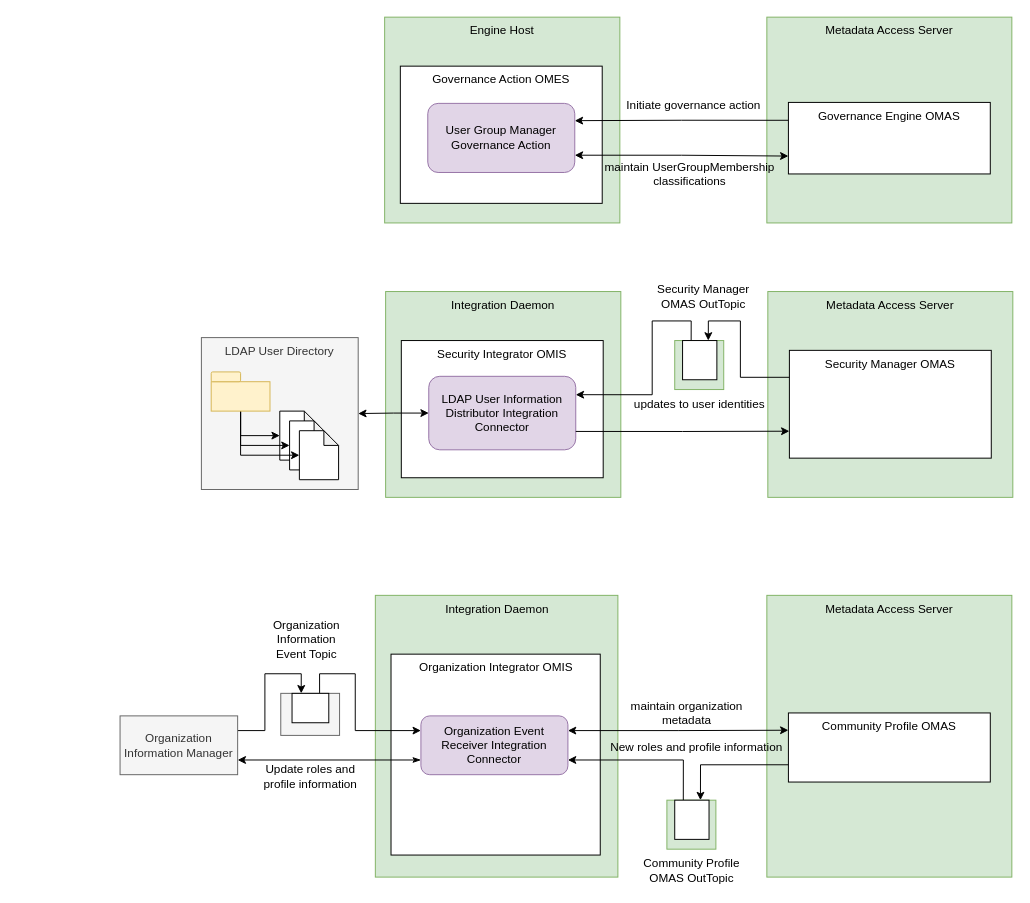
Above: page "security-integrator-connectors" (17 of 18) of site/docs/connectors/connector-catalog.drawio in odpi/egeria-docs (draw.io), before the change. Source tidied: cells renumbered, new cells numbered last; positions are measured from the earlier drawing's top-left corner, leaving out a move shared by most shapes. Both pictures are drawn from the tidied source at 98%, with x=0, y=0 at pixel (120, 17).
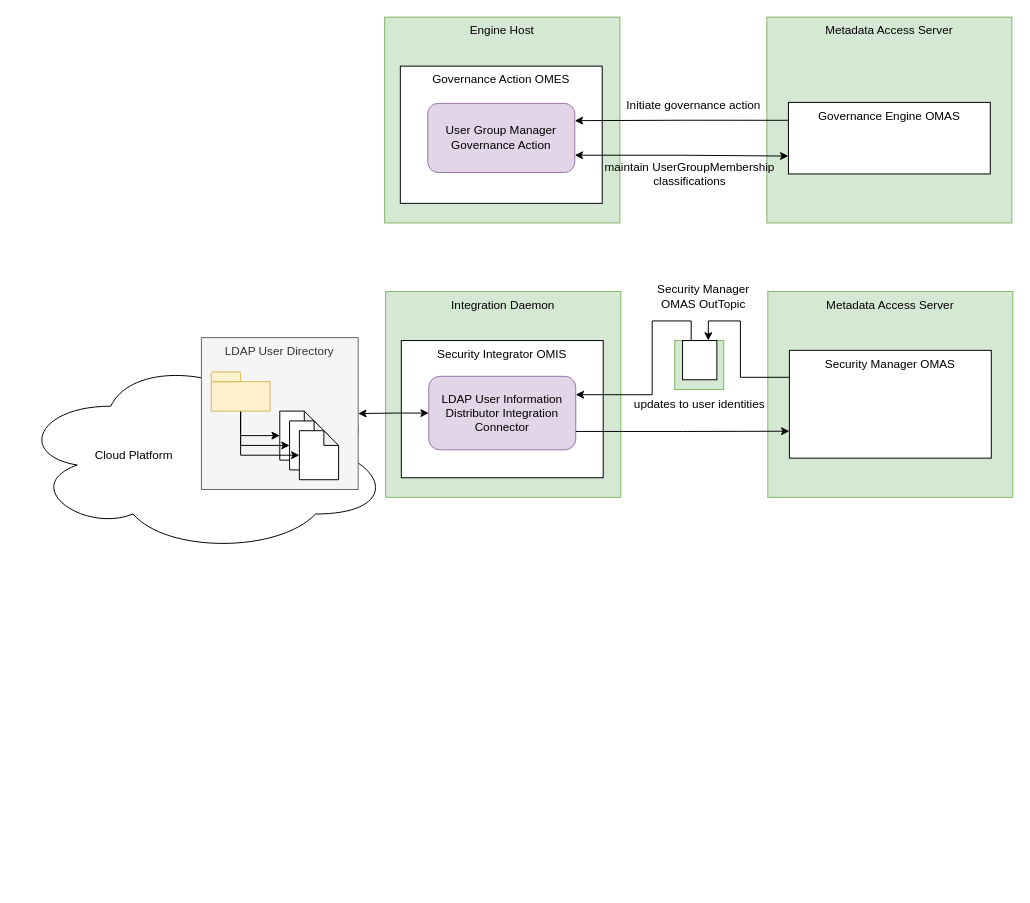
The same diagram, later.

Commit message (it also covers changes not shown here):
Add new diagrams for community call

Diff of the diagram source:
```diff
@@
+    <mxCell id="54" value="&amp;nbsp; &amp;nbsp; &amp;nbsp; &amp;nbsp; &amp;nbsp; &amp;nbsp; &amp;nbsp; &amp;nbsp; &amp;nbsp; &amp;nbsp; &amp;nbsp; &amp;nbsp;Cloud Platform" style="ellipse;shape=cloud;whiteSpace=wrap;html=1;verticalAlign=middle;align=left;" parent="1" vertex="1">
+      <mxGeometry x="-104.5" y="347" width="380" height="200" as="geometry" />
+    </mxCell>
@@
-    <mxCell id="6" value="Integration Daemon" style="rounded=0;whiteSpace=wrap;html=1;verticalAlign=top;fillColor=#d5e8d4;strokeColor=#82b366;" parent="1" vertex="1">
-      <mxGeometry x="260.5" y="590" width="247.5" height="287.5" as="geometry" />
-    </mxCell>
-    <mxCell id="7" value="Organization Integrator OMIS" style="rounded=0;whiteSpace=wrap;html=1;verticalAlign=top;" parent="1" vertex="1">
-      <mxGeometry x="276.5" y="650" width="213.5" height="205" as="geometry" />
-    </mxCell>
-    <mxCell id="8" style="edgeStyle=orthogonalEdgeStyle;rounded=0;jettySize=auto;html=1;exitX=0;exitY=0.75;exitDx=0;exitDy=0;entryX=1;entryY=0.75;entryDx=0;entryDy=0;startArrow=classicThin;startFill=1;" parent="1" edge="1" source="9" target="13">
-      <mxGeometry relative="1" as="geometry" />
-    </mxCell>
-    <mxCell id="9" value="Organization Event Receiver Integration Connector" style="rounded=1;whiteSpace=wrap;html=1;fillColor=#e1d5e7;strokeColor=#9673a6;" parent="1" vertex="1">
-      <mxGeometry x="307" y="713" width="150" height="60" as="geometry" />
-    </mxCell>
-    <mxCell id="10" value="Organization&lt;br&gt;Information&lt;br&gt;Event Topic" style="text;html=1;align=center;verticalAlign=middle;strokeColor=none;fontSize=12;fontFamily=Helvetica;fontColor=#000000;" parent="1" vertex="1">
-      <mxGeometry x="150" y="610" width="80" height="50" as="geometry" />
-    </mxCell>
-    <mxCell id="11" style="edgeStyle=orthogonalEdgeStyle;rounded=0;sketch=0;jettySize=auto;html=1;shadow=0;startArrow=none;startFill=0;exitX=0.75;exitY=0;exitDx=0;exitDy=0;entryX=0;entryY=0.25;entryDx=0;entryDy=0;" parent="1" edge="1" source="25" target="9">
-      <mxGeometry relative="1" as="geometry">
-        <Array as="points">
-          <mxPoint x="204" y="670" />
-          <mxPoint x="240" y="670" />
-          <mxPoint x="240" y="728" />
-        </Array>
-      </mxGeometry>
-    </mxCell>
-    <mxCell id="12" style="edgeStyle=orthogonalEdgeStyle;rounded=0;sketch=0;jettySize=auto;html=1;entryX=0.25;entryY=0;entryDx=0;entryDy=0;shadow=0;startArrow=none;startFill=0;exitX=1;exitY=0.25;exitDx=0;exitDy=0;" parent="1" edge="1" source="13" target="25">
-      <mxGeometry relative="1" as="geometry" />
-    </mxCell>
-    <mxCell id="13" value="Organization Information Manager" style="rounded=0;whiteSpace=wrap;html=1;shadow=0;verticalAlign=middle;fillColor=#f5f5f5;strokeColor=#666666;fontColor=#333333;" parent="1" vertex="1">
-      <mxGeometry y="713" width="120" height="60" as="geometry" />
-    </mxCell>
-    <mxCell id="14" value="Metadata Access Server" style="rounded=0;whiteSpace=wrap;html=1;verticalAlign=top;fillColor=#d5e8d4;strokeColor=#82b366;" parent="1" vertex="1">
-      <mxGeometry x="660" y="590" width="250" height="287.5" as="geometry" />
-    </mxCell>
-    <mxCell id="15" value="Community Profile OMAS" style="rounded=0;whiteSpace=wrap;html=1;verticalAlign=top;" parent="1" vertex="1">
-      <mxGeometry x="682" y="710" width="206" height="70.5" as="geometry" />
-    </mxCell>
-    <mxCell id="16" style="edgeStyle=orthogonalEdgeStyle;rounded=0;jettySize=auto;html=1;exitX=1;exitY=0.25;exitDx=0;exitDy=0;startArrow=classic;startFill=1;entryX=0;entryY=0.25;entryDx=0;entryDy=0;" parent="1" edge="1" source="9" target="15">
-      <mxGeometry relative="1" as="geometry" />
-    </mxCell>
-    <mxCell id="17" value="maintain organization&lt;br&gt;metadata" style="text;html=1;align=center;verticalAlign=middle;" parent="1" vertex="1">
-      <mxGeometry x="513" y="695" width="130" height="30" as="geometry" />
-    </mxCell>
-    <mxCell id="18" style="edgeStyle=orthogonalEdgeStyle;rounded=0;sketch=0;jettySize=auto;html=1;exitX=0;exitY=0.75;exitDx=0;exitDy=0;entryX=0.75;entryY=0;entryDx=0;entryDy=0;shadow=0;startArrow=none;startFill=0;" parent="1" edge="1" source="15" target="22">
-      <mxGeometry relative="1" as="geometry" />
-    </mxCell>
-    <mxCell id="19" value="Community Profile&lt;br&gt;OMAS OutTopic" style="text;html=1;align=center;verticalAlign=middle;strokeColor=none;fontSize=12;fontFamily=Helvetica;fontColor=#000000;" parent="1" vertex="1">
-      <mxGeometry x="528" y="856" width="110" height="30" as="geometry" />
-    </mxCell>
-    <mxCell id="20" style="rounded=0;whiteSpace=wrap;html=1;fontFamily=Helvetica;fontSize=12;align=center;fillColor=#d5e8d4;strokeColor=#82b366;" parent="1" vertex="1">
-      <mxGeometry x="558" y="799" width="50" height="50" as="geometry" />
-    </mxCell>
-    <mxCell id="21" style="edgeStyle=orthogonalEdgeStyle;rounded=0;jettySize=auto;html=1;exitX=0.25;exitY=0;exitDx=0;exitDy=0;entryX=1;entryY=0.75;entryDx=0;entryDy=0;startArrow=none;startFill=0;" parent="1" edge="1" source="22" target="9">
-      <mxGeometry relative="1" as="geometry">
-        <Array as="points">
-          <mxPoint x="575" y="758" />
-        </Array>
-      </mxGeometry>
-    </mxCell>
-    <mxCell id="22" style="rounded=0;whiteSpace=wrap;html=1;fontFamily=Helvetica;fontSize=12;fontColor=#000000;align=center;" parent="1" vertex="1">
-      <mxGeometry x="566" y="799" width="35" height="40" as="geometry" />
-    </mxCell>
-    <mxCell id="23" value="Update roles and &lt;br&gt;profile information" style="text;html=1;align=center;verticalAlign=middle;strokeColor=none;fillColor=none;" parent="1" vertex="1">
-      <mxGeometry x="139" y="760" width="110" height="30" as="geometry" />
-    </mxCell>
-    <mxCell id="24" style="rounded=0;whiteSpace=wrap;html=1;fontFamily=Helvetica;fontSize=12;fontColor=#333333;align=center;fillColor=#f5f5f5;strokeColor=#666666;" parent="1" vertex="1">
-      <mxGeometry x="164" y="690" width="60" height="42.9" as="geometry" />
-    </mxCell>
-    <mxCell id="25" style="rounded=0;whiteSpace=wrap;html=1;fontFamily=Helvetica;fontSize=12;fontColor=#000000;align=center;" parent="1" vertex="1">
-      <mxGeometry x="175.5" y="690" width="37.5" height="30" as="geometry" />
-    </mxCell>
-    <mxCell id="26" value="New roles and profile information" style="text;html=1;align=center;verticalAlign=middle;strokeColor=none;fillColor=none;" parent="1" vertex="1">
-      <mxGeometry x="493" y="735.2" width="190" height="20" as="geometry" />
-    </mxCell>
```
